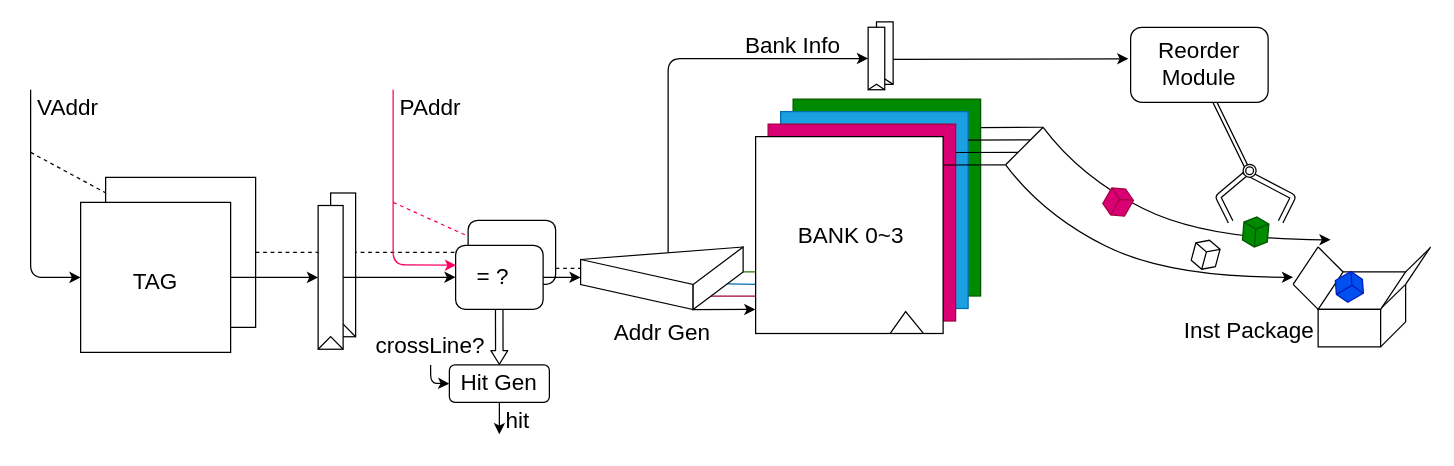
Above: pic/icache.drawio in 0xtaruhi/AzureMIPS-doc (draw.io), before the change. Source tidied: cells renumbered, new cells numbered last; positions are measured from the earlier drawing's top-left corner, leaving out a move shared by most shapes. Both pictures are drawn from the tidied source at 125%, with x=0, y=0 at pixel (30, 21).
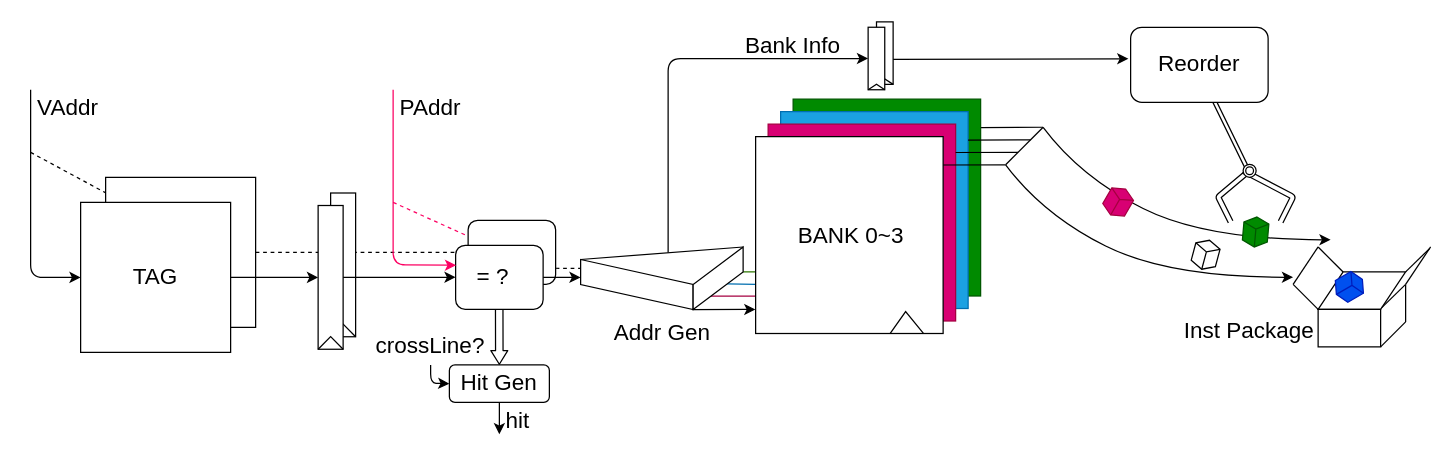
Above is the later version.

The change refers to these unchanged cells:
```xml
<mxCell id="63" style="group;" parent="1" vertex="1">
  <mxGeometry x="880" y="4.3" width="110" height="60" as="geometry" />
</mxCell>
```

What changed in the source:
```diff
@@
-    <mxCell id="13" value="&lt;span style=&quot;font-size: 18px&quot;&gt;TAG&lt;br&gt;&lt;br&gt;&lt;/span&gt;" style="text;html=1;strokeColor=none;fillColor=none;align=center;verticalAlign=middle;whiteSpace=wrap;rounded=0;" parent="1" vertex="1">
-      <mxGeometry x="70" y="204.4" width="60" height="30" as="geometry" />
+    <mxCell id="13" value="&lt;span style=&quot;font-size: 18px&quot;&gt;TAG&lt;br&gt;&lt;/span&gt;" style="text;html=1;strokeColor=none;fillColor=none;align=center;verticalAlign=middle;whiteSpace=wrap;rounded=0;" parent="1" vertex="1">
+      <mxGeometry x="70" y="184.4" width="60" height="40" as="geometry" />
     </mxCell>
@@
-    <mxCell id="65" value="Reorder&lt;br&gt;Module" style="text;html=1;strokeColor=none;fillColor=none;align=center;verticalAlign=middle;whiteSpace=wrap;rounded=0;fontFamily=Helvetica;fontSize=18;fontColor=default;" parent="63" vertex="1">
-      <mxGeometry x="20" y="15" width="70" height="30" as="geometry" />
+    <mxCell id="65" value="Reorder" style="text;html=1;strokeColor=none;fillColor=none;align=center;verticalAlign=middle;whiteSpace=wrap;rounded=0;fontFamily=Helvetica;fontSize=18;fontColor=default;" parent="63" vertex="1">
+      <mxGeometry x="10" y="5" width="90" height="50" as="geometry" />
     </mxCell>
@@
     <mxCell id="83" value="crossLine?" style="text;html=1;strokeColor=none;fillColor=none;align=center;verticalAlign=middle;whiteSpace=wrap;rounded=0;fontFamily=Helvetica;fontSize=18;fontColor=default;" parent="1" vertex="1">
-      <mxGeometry x="290" y="244.4" width="60" height="30" as="geometry" />
+      <mxGeometry x="270" y="244.4" width="100" height="30" as="geometry" />
     </mxCell>
```
